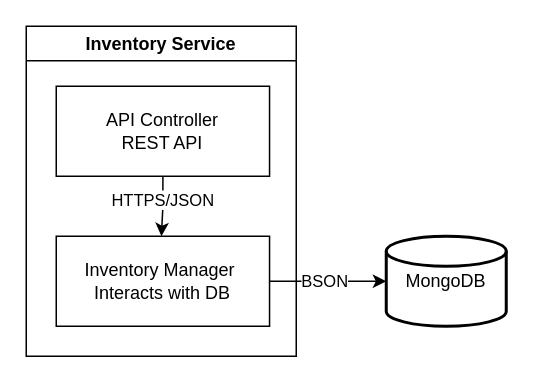
The draw.io diagram page "Inventory" (8 of 11) of ABC C1.drawio in IlyaMoskva/diagrams, before the edit. Source tidied: cells renumbered, new cells numbered last; positions are measured from the earlier drawing's top-left corner, leaving out a move shared by most shapes. Both pictures are drawn from the tidied source at 150%, with x=0, y=0 at pixel (26, 26).
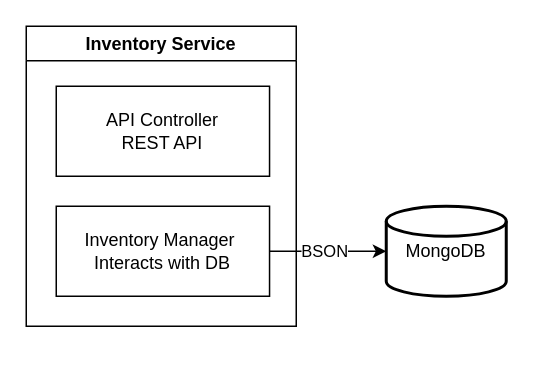
The same diagram, later.

What changed in the source:
```diff
@@
 <mxGraphModel>
   <root>
     <mxCell id="0" />
     <mxCell id="1" parent="0" />
     <mxCell id="2" value="Inventory Service" style="swimlane;whiteSpace=wrap;html=1;" parent="1" vertex="1">
-      <mxGeometry width="180" height="220" as="geometry" />
+      <mxGeometry width="180" height="200" as="geometry" />
     </mxCell>
-    <mxCell id="3" style="edgeStyle=orthogonalEdgeStyle;rounded=0;jettySize=auto;html=1;" parent="2" edge="1" source="5">
-      <mxGeometry relative="1" as="geometry">
-        <mxPoint x="90.1" y="140" as="targetPoint" />
-      </mxGeometry>
-    </mxCell>
-    <mxCell id="4" value="HTTPS/JSON" style="edgeLabel;html=1;align=center;verticalAlign=middle;" parent="3" vertex="1">
-      <mxGeometry x="-0.25" y="-1" relative="1" as="geometry" />
-    </mxCell>
     <mxCell id="5" value="&lt;div&gt;API Controller&lt;/div&gt;&lt;div&gt;REST API&lt;/div&gt;" style="whiteSpace=wrap;html=1;" parent="2" vertex="1">
       <mxGeometry x="20" y="40" width="142.2" height="60" as="geometry" />
     </mxCell>
     <mxCell id="6" value="Inventory Manager&amp;nbsp;&lt;div&gt;Interacts with DB&lt;/div&gt;" style="whiteSpace=wrap;html=1;" parent="2" vertex="1">
-      <mxGeometry x="20" y="140" width="142.2" height="60" as="geometry" />
+      <mxGeometry x="20" y="120" width="142.2" height="60" as="geometry" />
     </mxCell>
     <mxCell id="7" value="MongoDB" style="strokeWidth=2;html=1;shape=mxgraph.flowchart.database;whiteSpace=wrap;" parent="1" vertex="1">
-      <mxGeometry x="240" y="140" width="80" height="60" as="geometry" />
+      <mxGeometry x="240" y="120" width="80" height="60" as="geometry" />
     </mxCell>
     <mxCell id="8" style="edgeStyle=orthogonalEdgeStyle;rounded=0;jettySize=auto;html=1;entryX=0;entryY=0.5;entryDx=0;entryDy=0;entryPerimeter=0;" parent="1" edge="1" source="6" target="7">
       <mxGeometry relative="1" as="geometry" />
     </mxCell>
     <mxCell id="9" value="BSON" style="edgeLabel;html=1;align=center;verticalAlign=middle;" parent="8" vertex="1">
       <mxGeometry x="-0.08" y="1" relative="1" as="geometry" />
     </mxCell>
   </root>
 </mxGraphModel>
```
